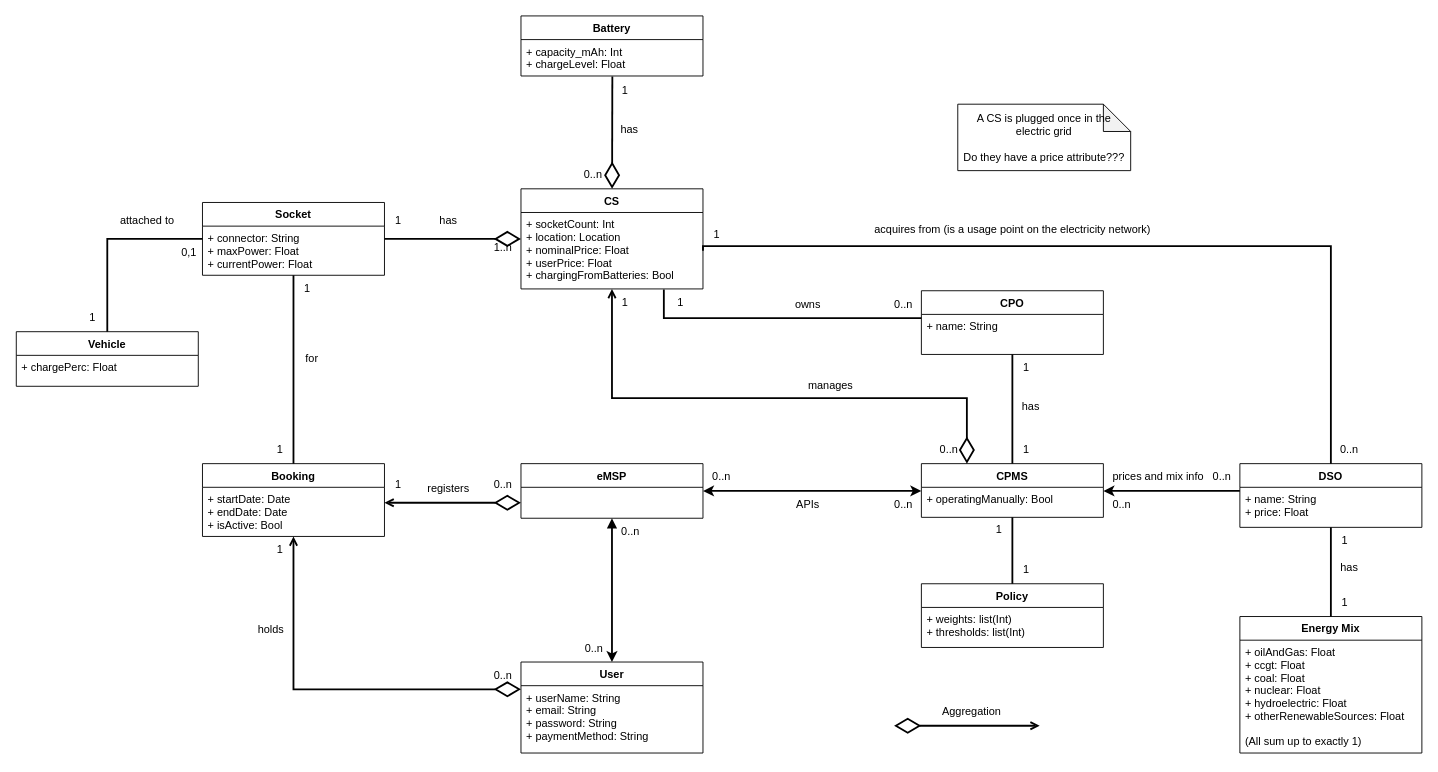
Above: RASD/UML.drawio in EMJzero/SoftwareEngineeringII-project (draw.io), before the change. Source tidied: cells renumbered, new cells numbered last; positions are measured from the earlier drawing's top-left corner, leaving out a move shared by most shapes. Both pictures are drawn from the tidied source at 91%, with x=0, y=0 at pixel (15, 15).
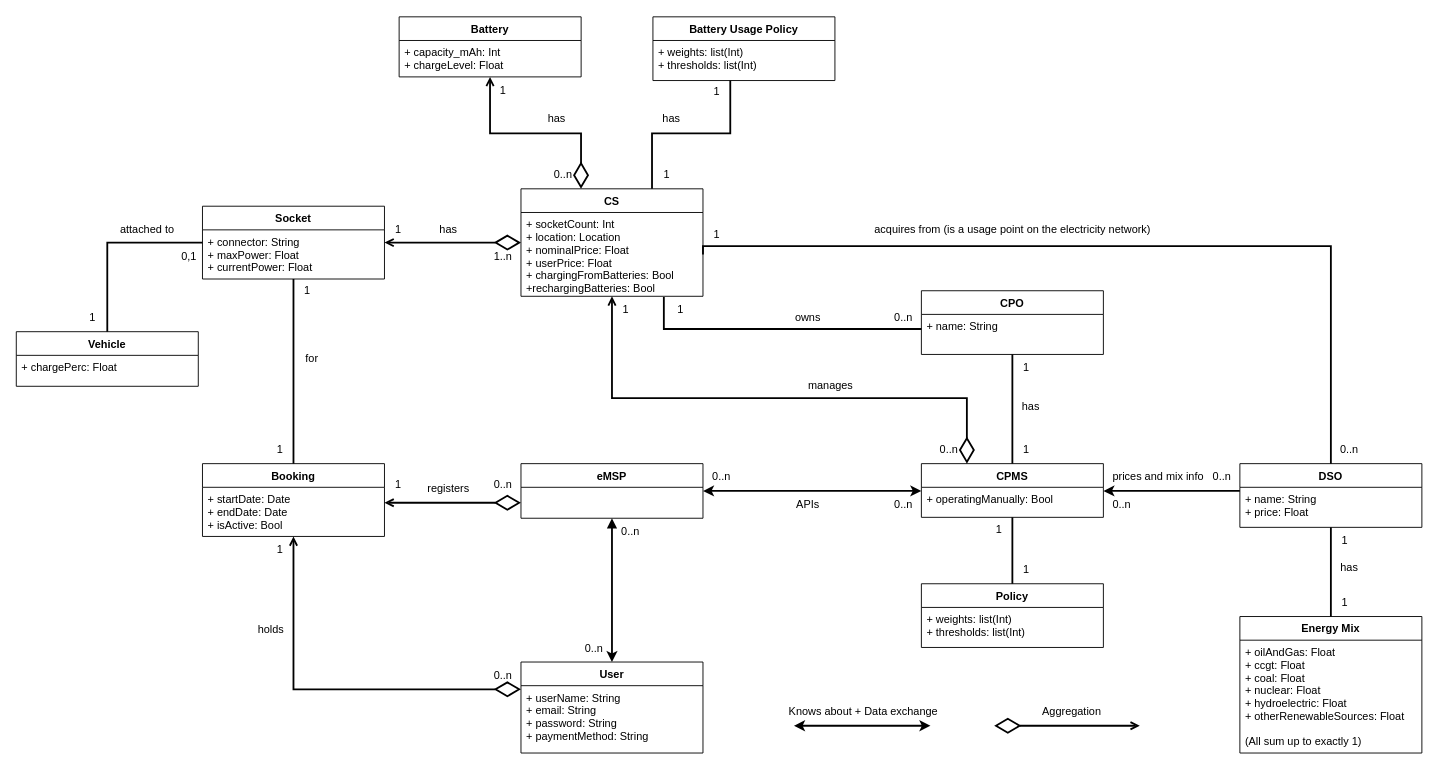
The same diagram, later.

The change refers to these unchanged cells:
```xml
<mxCell id="29" value="+ name: String" style="text;strokeColor=none;fillColor=none;align=left;verticalAlign=top;spacingLeft=4;spacingRight=4;overflow=hidden;points=[[0,0.5],[1,0.5]];portConstraint=eastwest;" parent="28" vertex="1">
  <mxGeometry y="26" width="200" height="44" as="geometry" />
</mxCell>
<mxCell id="62" value="+ capacity_mAh: Int&#10;+ chargeLevel: Float" style="text;strokeColor=none;fillColor=none;align=left;verticalAlign=top;spacingLeft=4;spacingRight=4;overflow=hidden;points=[[0,0.5],[1,0.5]];portConstraint=eastwest;" parent="61" vertex="1">
  <mxGeometry y="26" width="200" height="40" as="geometry" />
</mxCell>
```

Diff of the diagram source:
```diff
@@
-    <mxCell id="11" style="edgeStyle=orthogonalEdgeStyle;rounded=0;jettySize=auto;html=1;entryX=0;entryY=0.5;entryDx=0;entryDy=0;strokeColor=default;strokeWidth=2;startArrow=none;startFill=0;endArrow=none;endFill=0;exitX=0.785;exitY=1.009;exitDx=0;exitDy=0;exitPerimeter=0;" parent="1" edge="1" source="26">
+    <mxCell id="11" style="edgeStyle=orthogonalEdgeStyle;rounded=0;jettySize=auto;html=1;strokeColor=default;strokeWidth=2;startArrow=none;startFill=0;endArrow=none;endFill=0;exitX=0.785;exitY=1.009;exitDx=0;exitDy=0;exitPerimeter=0;" parent="1" edge="1" source="26" target="29">
       <mxGeometry relative="1" as="geometry">
-        <mxPoint x="995" y="332" as="targetPoint" />
         <Array as="points">
-          <mxPoint x="712" y="332" />
+          <mxPoint x="712" y="344" />
         </Array>
       </mxGeometry>
     </mxCell>
@@
     <mxCell id="13" value="0..n" style="text;html=1;align=center;verticalAlign=middle;strokeColor=none;fillColor=none;" parent="1" vertex="1">
-      <mxGeometry x="955" y="302" width="40" height="30" as="geometry" />
+      <mxGeometry x="955" y="317" width="40" height="30" as="geometry" />
     </mxCell>
@@
     <mxCell id="19" value="owns" style="text;html=1;align=center;verticalAlign=middle;strokeColor=none;fillColor=none;" parent="1" vertex="1">
-      <mxGeometry x="845" y="302" width="50" height="30" as="geometry" />
+      <mxGeometry x="845" y="317" width="50" height="30" as="geometry" />
     </mxCell>
@@
     <mxCell id="23" style="endArrow=open;html=1;endSize=6;startArrow=diamondThin;startSize=24;startFill=0;edgeStyle=orthogonalEdgeStyle;align=left;verticalAlign=bottom;rounded=0;strokeWidth=2;sourcePerimeterSpacing=0;targetPerimeterSpacing=0;" parent="1" edge="1">
       <mxGeometry x="-1" y="3" relative="1" as="geometry">
-        <mxPoint x="965" y="780" as="sourcePoint" />
-        <mxPoint x="1125" y="780" as="targetPoint" />
+        <mxPoint x="1075" y="780" as="sourcePoint" />
+        <mxPoint x="1235" y="780" as="targetPoint" />
       </mxGeometry>
     </mxCell>
     <mxCell id="24" value="Aggregation" style="text;html=1;align=center;verticalAlign=middle;strokeColor=none;fillColor=none;" parent="1" vertex="1">
-      <mxGeometry x="1005" y="750" width="90" height="30" as="geometry" />
+      <mxGeometry x="1115" y="750" width="90" height="30" as="geometry" />
     </mxCell>
+    <mxCell id="86" style="edgeStyle=orthogonalEdgeStyle;rounded=0;jettySize=auto;html=1;startArrow=none;startFill=0;endArrow=none;endFill=0;strokeWidth=2;" parent="1" edge="1" source="25" target="89">
+      <mxGeometry relative="1" as="geometry">
+        <Array as="points">
+          <mxPoint x="699" y="129" />
+          <mxPoint x="785" y="129" />
+        </Array>
+      </mxGeometry>
+    </mxCell>
     <mxCell id="25" value="CS" style="swimlane;fontStyle=1;horizontal=1;startSize=26;fillColor=none;" parent="1" vertex="1">
-      <mxGeometry x="555" y="190" width="200" height="110" as="geometry" />
+      <mxGeometry x="555" y="190" width="200" height="118.1" as="geometry" />
     </mxCell>
-    <mxCell id="26" value="+ socketCount: Int&#10;+ location: Location&#10;+ nominalPrice: Float&#10;+ userPrice: Float&#10;+ chargingFromBatteries: Bool&#10;" style="text;strokeColor=none;fillColor=none;align=left;verticalAlign=top;spacingLeft=4;spacingRight=4;overflow=hidden;points=[[0,0.5],[1,0.5]];portConstraint=eastwest;" parent="25" vertex="1">
-      <mxGeometry y="26" width="200" height="84" as="geometry" />
+    <mxCell id="26" value="+ socketCount: Int&#10;+ location: Location&#10;+ nominalPrice: Float&#10;+ userPrice: Float&#10;+ chargingFromBatteries: Bool&#10;+rechargingBatteries: Bool&#10;" style="text;strokeColor=none;fillColor=none;align=left;verticalAlign=top;spacingLeft=4;spacingRight=4;overflow=hidden;points=[[0,0.5],[1,0.5]];portConstraint=eastwest;" parent="25" vertex="1">
+      <mxGeometry y="26" width="200" height="92.1" as="geometry" />
     </mxCell>
@@
     <mxCell id="40" value="Socket" style="swimlane;fontStyle=1;horizontal=1;startSize=26;fillColor=none;" parent="1" vertex="1">
-      <mxGeometry x="205" y="205" width="200" height="80" as="geometry" />
+      <mxGeometry x="205" y="209.1" width="200" height="80" as="geometry" />
     </mxCell>
@@
     <mxCell id="46" value="1..n" style="text;html=1;align=center;verticalAlign=middle;strokeColor=none;fillColor=none;" parent="1" vertex="1">
-      <mxGeometry x="515" y="240" width="40" height="30" as="geometry" />
+      <mxGeometry x="515" y="250" width="40" height="30" as="geometry" />
     </mxCell>
     <mxCell id="47" value="1" style="text;html=1;align=center;verticalAlign=middle;strokeColor=none;fillColor=none;" parent="1" vertex="1">
-      <mxGeometry x="405" y="210" width="30" height="30" as="geometry" />
+      <mxGeometry x="405" y="220" width="30" height="30" as="geometry" />
     </mxCell>
     <mxCell id="48" value="has" style="text;html=1;align=center;verticalAlign=middle;strokeColor=none;fillColor=none;" parent="1" vertex="1">
-      <mxGeometry x="455" y="210" width="40" height="30" as="geometry" />
+      <mxGeometry x="455" y="220" width="40" height="30" as="geometry" />
     </mxCell>
@@
     <mxCell id="50" value="1" style="text;html=1;align=center;verticalAlign=middle;strokeColor=none;fillColor=none;" parent="1" vertex="1">
-      <mxGeometry x="305" y="285" width="30" height="30" as="geometry" />
+      <mxGeometry x="305" y="287" width="30" height="30" as="geometry" />
     </mxCell>
@@
     <mxCell id="56" value="1" style="text;html=1;align=center;verticalAlign=middle;strokeColor=none;fillColor=none;" parent="1" vertex="1">
-      <mxGeometry x="715" y="300" width="30" height="30" as="geometry" />
+      <mxGeometry x="715" y="308.1" width="30" height="30" as="geometry" />
     </mxCell>
@@
-    <mxCell id="59" style="endArrow=diamondThin;endFill=0;endSize=24;html=1;rounded=0;edgeStyle=orthogonalEdgeStyle;strokeWidth=2;" parent="1" edge="1" source="40" target="25">
+    <mxCell id="59" style="endArrow=diamondThin;endFill=0;endSize=24;html=1;rounded=0;edgeStyle=orthogonalEdgeStyle;strokeWidth=2;startArrow=open;startFill=0;" parent="1" edge="1" source="40" target="25">
       <mxGeometry relative="1" as="geometry" />
     </mxCell>
@@
     <mxCell id="61" value="Battery" style="swimlane;fontStyle=1;horizontal=1;startSize=26;fillColor=none;" parent="1" vertex="1">
-      <mxGeometry x="555" width="200" height="66" as="geometry" />
+      <mxGeometry x="421.1" y="1" width="200" height="66" as="geometry" />
     </mxCell>
@@
-    <mxCell id="63" style="endArrow=none;html=1;rounded=0;strokeWidth=2;entryX=0.502;entryY=1.015;entryDx=0;entryDy=0;entryPerimeter=0;endFill=0;startArrow=diamondThin;startFill=0;startSize=24;" parent="1" edge="1" source="25" target="62">
-      <mxGeometry relative="1" as="geometry" />
+    <mxCell id="63" style="endArrow=open;html=1;rounded=0;strokeWidth=2;endFill=0;startArrow=diamondThin;startFill=0;startSize=24;edgeStyle=orthogonalEdgeStyle;" parent="1" edge="1" source="25" target="61">
+      <mxGeometry relative="1" as="geometry">
+        <Array as="points">
+          <mxPoint x="621" y="129" />
+          <mxPoint x="521" y="129" />
+        </Array>
+      </mxGeometry>
     </mxCell>
     <mxCell id="64" value="1" style="text;html=1;align=center;verticalAlign=middle;strokeColor=none;fillColor=none;" parent="1" vertex="1">
-      <mxGeometry x="653.8" y="67" width="30" height="30" as="geometry" />
+      <mxGeometry x="520" y="67" width="30" height="30" as="geometry" />
     </mxCell>
     <mxCell id="65" value="0..n" style="text;html=1;align=center;verticalAlign=middle;strokeColor=none;fillColor=none;" parent="1" vertex="1">
-      <mxGeometry x="613.8" y="160" width="40" height="30" as="geometry" />
+      <mxGeometry x="581.1" y="160" width="40" height="30" as="geometry" />
     </mxCell>
     <mxCell id="66" value="has" style="text;html=1;align=center;verticalAlign=middle;strokeColor=none;fillColor=none;" parent="1" vertex="1">
-      <mxGeometry x="653.8" y="110" width="40" height="30" as="geometry" />
+      <mxGeometry x="573.7" y="98.3" width="40" height="30" as="geometry" />
     </mxCell>
-    <mxCell id="67" value="&lt;span style=&quot;text-align: left;&quot;&gt;A CS is plugged once in the electric grid&lt;br&gt;&lt;br&gt;Do they have a price attribute???&lt;br&gt;&lt;/span&gt;" style="shape=note;whiteSpace=wrap;html=1;backgroundOutline=1;darkOpacity=0.05;" parent="1" vertex="1">
-      <mxGeometry x="1035" y="97" width="190" height="73" as="geometry" />
-    </mxCell>
     <mxCell id="68" value="1" style="text;html=1;align=center;verticalAlign=middle;strokeColor=none;fillColor=none;" parent="1" vertex="1">
-      <mxGeometry x="653.8" y="300" width="30" height="30" as="geometry" />
+      <mxGeometry x="655" y="308.1" width="30" height="30" as="geometry" />
     </mxCell>
@@
     <mxCell id="84" value="0,1" style="text;html=1;align=center;verticalAlign=middle;strokeColor=none;fillColor=none;" parent="1" vertex="1">
-      <mxGeometry x="170" y="245" width="40" height="30" as="geometry" />
+      <mxGeometry x="170" y="250" width="40" height="30" as="geometry" />
     </mxCell>
     <mxCell id="85" value="attached to" style="text;html=1;align=center;verticalAlign=middle;strokeColor=none;fillColor=none;" parent="1" vertex="1">
-      <mxGeometry x="98.9" y="210" width="90" height="30" as="geometry" />
+      <mxGeometry x="99.3" y="220" width="90" height="30" as="geometry" />
     </mxCell>
+    <mxCell id="87" style="edgeStyle=orthogonalEdgeStyle;rounded=0;orthogonalLoop=1;jettySize=auto;html=1;entryX=0;entryY=0.5;entryDx=0;entryDy=0;strokeColor=default;strokeWidth=2;endArrow=classic;endFill=1;startArrow=classic;startFill=1;" parent="1" edge="1">
+      <mxGeometry relative="1" as="geometry">
+        <mxPoint x="855" y="780" as="sourcePoint" />
+        <mxPoint x="1005" y="780" as="targetPoint" />
+      </mxGeometry>
+    </mxCell>
+    <mxCell id="88" value="Knows about + Data exchange" style="text;html=1;align=center;verticalAlign=middle;strokeColor=none;fillColor=none;" parent="1" vertex="1">
+      <mxGeometry x="837.2" y="750" width="187" height="29.5" as="geometry" />
+    </mxCell>
+    <mxCell id="89" value="Battery Usage Policy" style="swimlane;fontStyle=1;horizontal=1;startSize=26;fillColor=none;" parent="1" vertex="1">
+      <mxGeometry x="700" y="1" width="200" height="70" as="geometry" />
+    </mxCell>
+    <mxCell id="90" value="+ weights: list(Int)&#10;+ thresholds: list(Int)&#10;" style="text;strokeColor=none;fillColor=none;align=left;verticalAlign=top;spacingLeft=4;spacingRight=4;overflow=hidden;" parent="89" vertex="1">
+      <mxGeometry y="26" width="200" height="44" as="geometry" />
+    </mxCell>
+    <mxCell id="91" value="1" style="text;html=1;align=center;verticalAlign=middle;strokeColor=none;fillColor=none;" parent="1" vertex="1">
+      <mxGeometry x="700" y="160" width="29.5" height="29.5" as="geometry" />
+    </mxCell>
+    <mxCell id="92" value="has" style="text;html=1;align=center;verticalAlign=middle;strokeColor=none;fillColor=none;" parent="1" vertex="1">
+      <mxGeometry x="700" y="98.3" width="40" height="30" as="geometry" />
+    </mxCell>
+    <mxCell id="93" value="1" style="text;html=1;align=center;verticalAlign=middle;strokeColor=none;fillColor=none;" parent="1" vertex="1">
+      <mxGeometry x="755" y="68.3" width="30" height="30" as="geometry" />
+    </mxCell>
```
